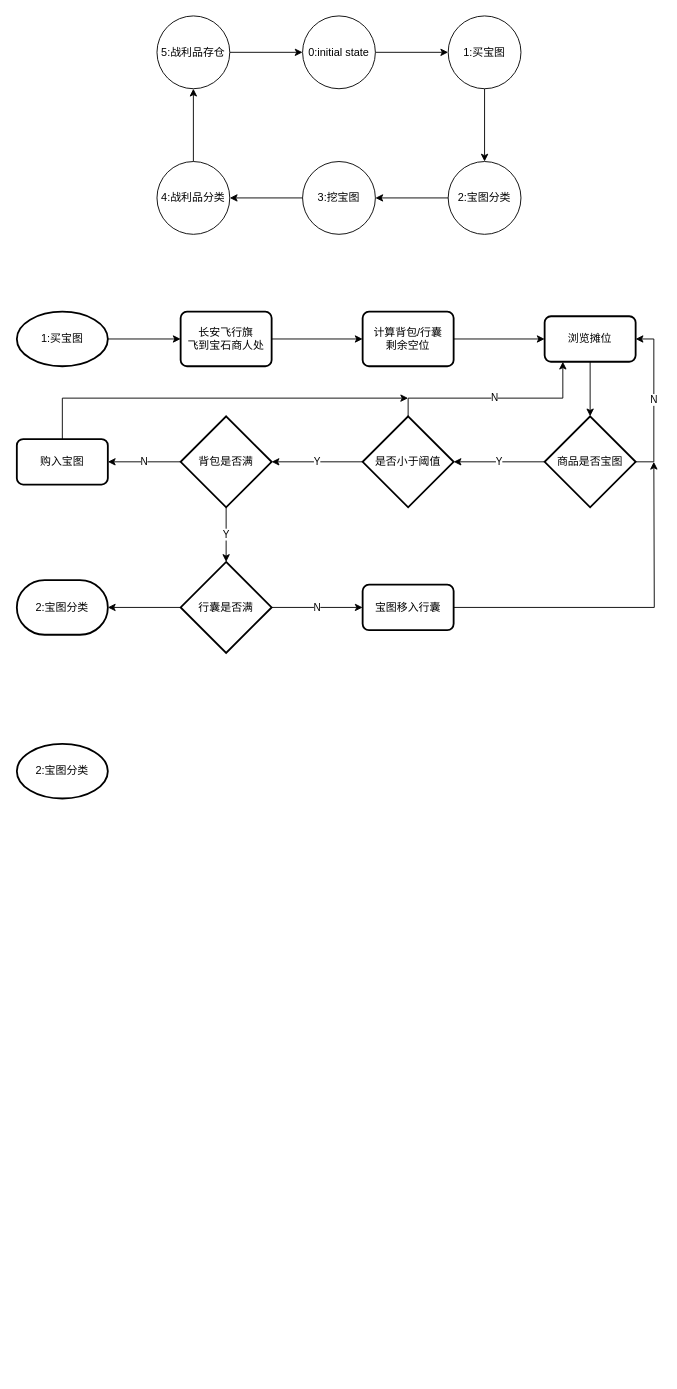
This is workflow.drawio from CnHhm/autojs, a draw.io file, before an edit. Source tidied: cells renumbered, new cells numbered last; positions are measured from the earlier drawing's top-left corner, leaving out a move shared by most shapes. Both pictures are drawn from the tidied source at 91%, with x=0, y=0 at pixel (16, 15).
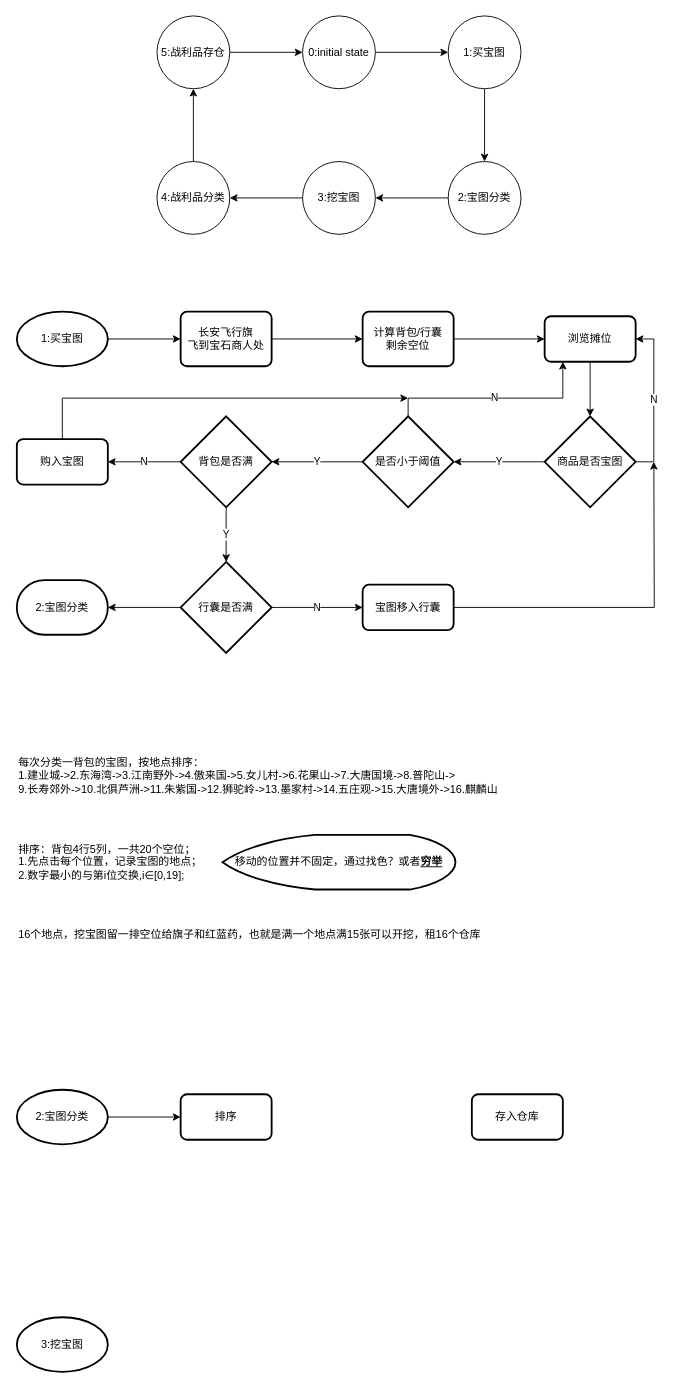
The same page after the edit.

Change to the diagram source:
```diff
@@
+    <mxCell id="40" style="edgeStyle=orthogonalEdgeStyle;rounded=0;jettySize=auto;html=1;entryX=0;entryY=0.5;entryDx=0;entryDy=0;" parent="1" edge="1" source="39" target="45">
+      <mxGeometry relative="1" as="geometry" />
+    </mxCell>
     <mxCell id="39" value="2:宝图分类" style="strokeWidth=2;html=1;shape=mxgraph.flowchart.start_1;whiteSpace=wrap;" parent="1" vertex="1">
-      <mxGeometry y="800" width="100" height="60" as="geometry" />
+      <mxGeometry y="1180" width="100" height="60" as="geometry" />
     </mxCell>
+    <mxCell id="41" value="&lt;span&gt;3:挖宝图&lt;/span&gt;" style="strokeWidth=2;html=1;shape=mxgraph.flowchart.start_1;whiteSpace=wrap;" parent="1" vertex="1">
+      <mxGeometry y="1430" width="100" height="60" as="geometry" />
+    </mxCell>
+    <mxCell id="42" value="&lt;div&gt;&lt;span&gt;每次分类一背包的宝图，按地点排序：&lt;/span&gt;&lt;/div&gt;1.建业城-&amp;gt;2.东海湾-&amp;gt;3.江南野外-&amp;gt;4.傲来国-&amp;gt;5.女儿村-&amp;gt;6.花果山-&amp;gt;7.大唐国境-&amp;gt;8.普陀山-&amp;gt;&lt;br&gt;9.长寿郊外-&amp;gt;10.北俱芦洲-&amp;gt;11.朱紫国-&amp;gt;12.狮驼岭-&amp;gt;13.墨家村-&amp;gt;14.五庄观-&amp;gt;15.大唐境外-&amp;gt;16.麒麟山" style="text;html=1;align=left;verticalAlign=middle;" parent="1" vertex="1">
+      <mxGeometry y="810" width="540" height="50" as="geometry" />
+    </mxCell>
+    <mxCell id="43" value="排序：背包4行5列，一共20个空位；&lt;br&gt;1.先点击每个位置，记录宝图的地点；&lt;br&gt;2.数字最小的与第i位交换,i∈[0,19];&lt;br&gt;" style="text;html=1;align=left;verticalAlign=middle;" parent="1" vertex="1">
+      <mxGeometry y="905" width="220" height="50" as="geometry" />
+    </mxCell>
+    <mxCell id="44" value="移动的位置并不固定，通过找色？或者&lt;b&gt;&lt;u&gt;穷举&lt;/u&gt;&lt;/b&gt;" style="strokeWidth=2;html=1;shape=mxgraph.flowchart.display;whiteSpace=wrap;" parent="1" vertex="1">
+      <mxGeometry x="226" y="900" width="256" height="60" as="geometry" />
+    </mxCell>
+    <mxCell id="45" value="排序" style="rounded=1;whiteSpace=wrap;html=1;absoluteArcSize=1;arcSize=14;strokeWidth=2;" parent="1" vertex="1">
+      <mxGeometry x="180" y="1185" width="100" height="50" as="geometry" />
+    </mxCell>
+    <mxCell id="46" value="存入仓库" style="rounded=1;whiteSpace=wrap;html=1;absoluteArcSize=1;arcSize=14;strokeWidth=2;" parent="1" vertex="1">
+      <mxGeometry x="500" y="1185" width="100" height="50" as="geometry" />
+    </mxCell>
+    <mxCell id="47" value="16个地点，挖宝图留一排空位给旗子和红蓝药，也就是满一个地点满15张可以开挖，租16个仓库" style="text;html=1;align=left;verticalAlign=middle;" parent="1" vertex="1">
+      <mxGeometry y="1000" width="520" height="20" as="geometry" />
+    </mxCell>
```
